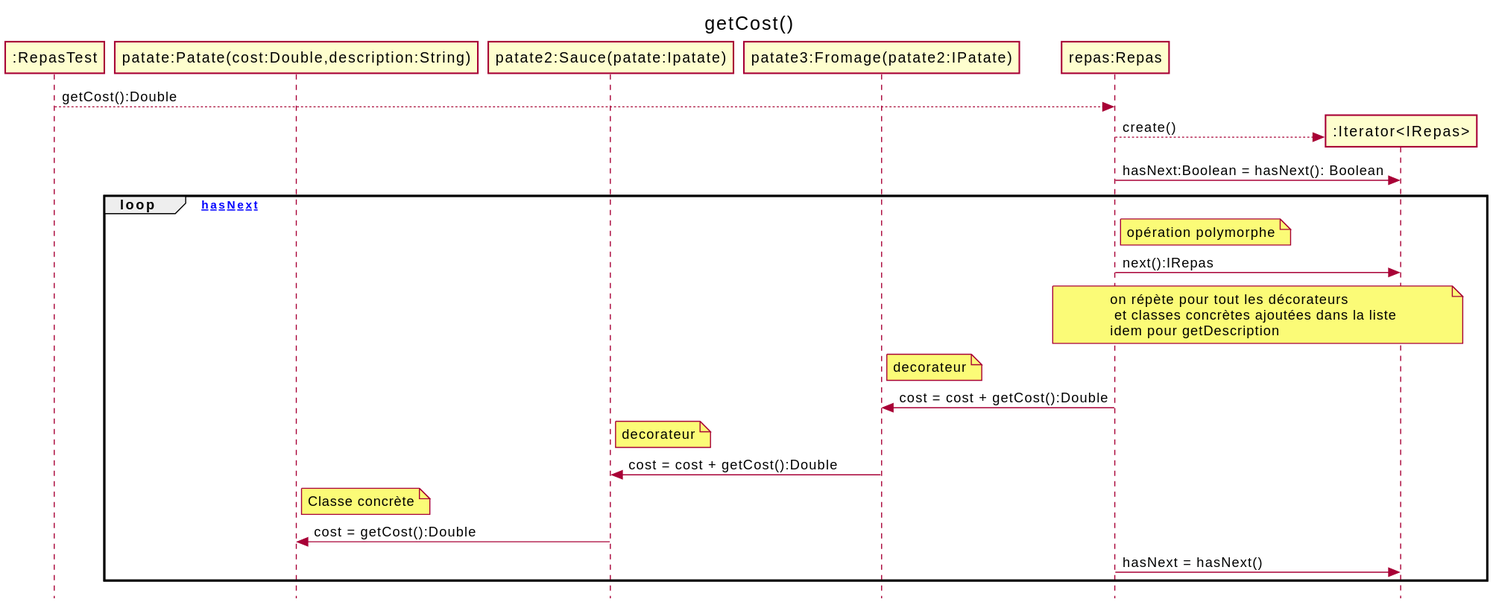
yvanross/LOG121-C04-decorateur-solution keeps this PlantUML diagram as README/DS-getCost.svg. Above is the earlier version. Its diagram source:
```plantuml
@startuml
title getCost()
skinparam style strictuml
participant ":RepasTest" as rt
participant "patate:Patate(cost:Double,description:String)" as patate
participant "patate2:Sauce(patate:Ipatate)" as patate2
participant "patate3:Fromage(patate2:IPatate)" as patate3
participant "repas:Repas" as repas
participant ":Iterator<IRepas>" as it

rt-->repas:getCost():Double
repas --> it**:create()
repas -> it: hasNext:Boolean = hasNext(): Boolean
loop [hasNext]
note right of repas: opération polymorphe
repas -> it: next():IRepas
note over repas,it: on répète pour tout les décorateurs\n et classes concrètes ajoutées dans la liste\nidem pour getDescription
note right of patate3: decorateur
repas -> patate3: cost = cost + getCost():Double
note right of patate2: decorateur
patate3 -> patate2: cost = cost + getCost():Double
note right of patate: Classe concrète
patate2 -> patate: cost = getCost():Double
repas -> it: hasNext = hasNext()


end
@enduml
```
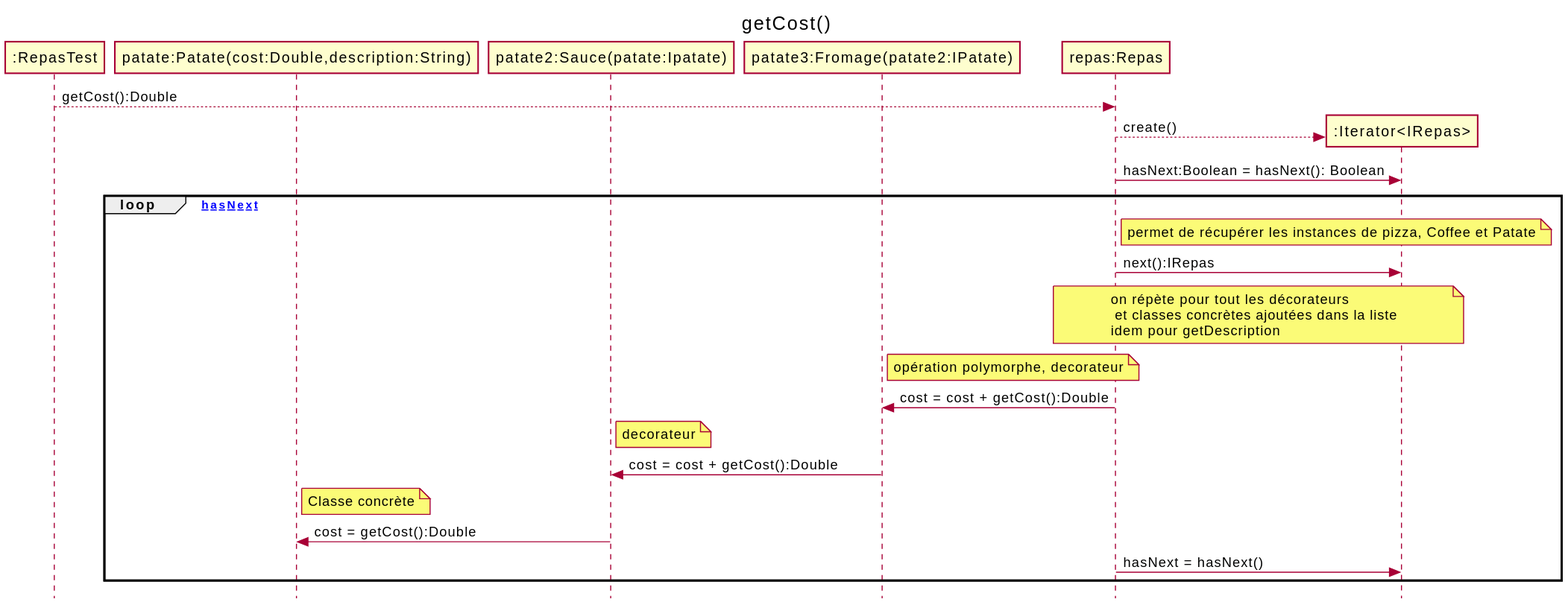
After the commit.

Diff of the diagram source:
```diff
@@ -12,10 +12,11 @@
 repas --> it**:create()
 repas -> it: hasNext:Boolean = hasNext(): Boolean
 loop [hasNext]
-note right of repas: opération polymorphe
+note right of repas: permet de récupérer les instances de pizza, Coffee et Patate
 repas -> it: next():IRepas
+
 note over repas,it: on répète pour tout les décorateurs\n et classes concrètes ajoutées dans la liste\nidem pour getDescription
-note right of patate3: decorateur
+note right of patate3: opération polymorphe, decorateur
 repas -> patate3: cost = cost + getCost():Double
 note right of patate2: decorateur
 patate3 -> patate2: cost = cost + getCost():Double
```
